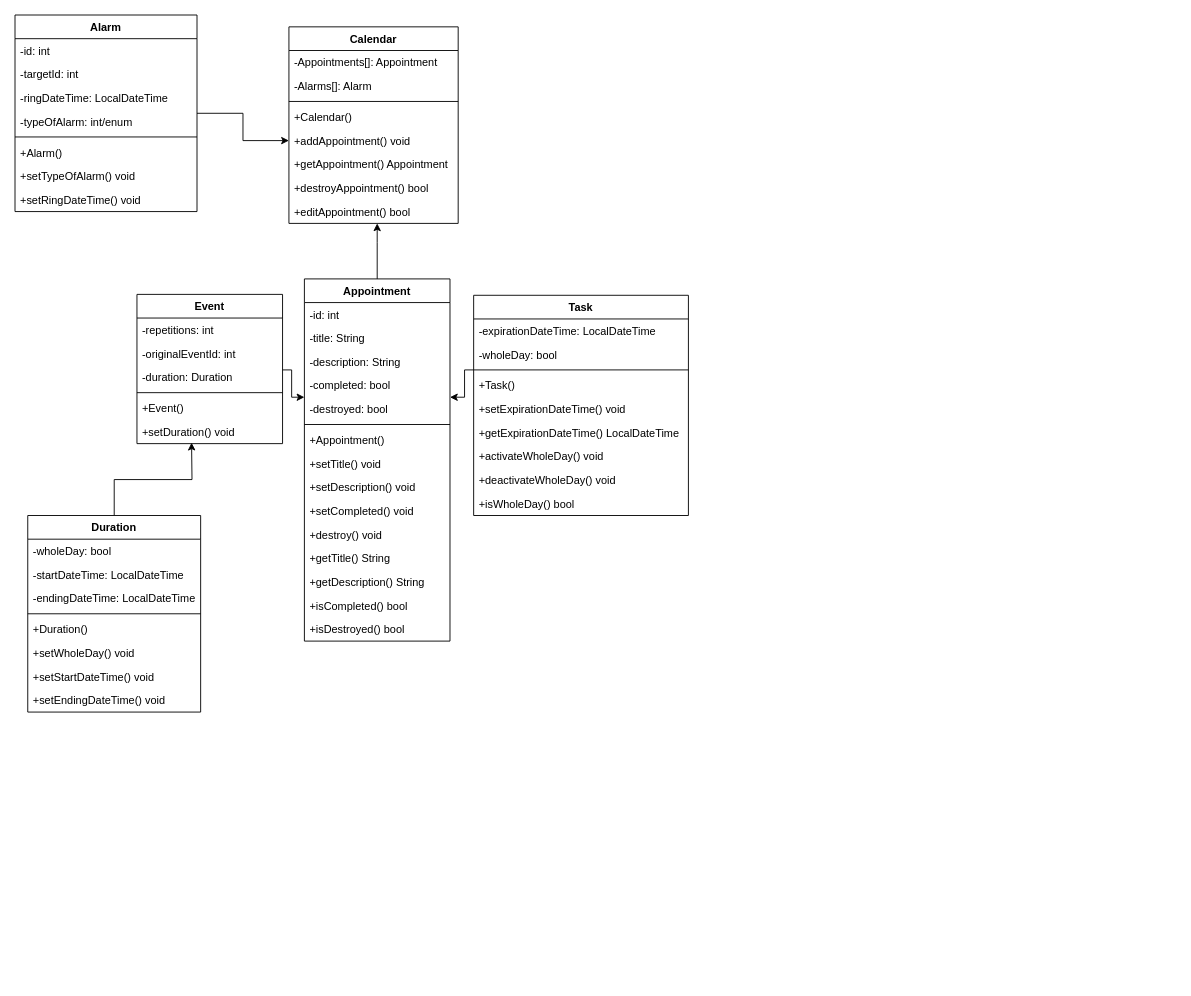
Earlier version of the draw.io diagram doc/UML-Calendar_Class_Diagram.drawio (gmenendez0/Calendar). Source tidied: cells renumbered, new cells numbered last; positions are measured from the earlier drawing's top-left corner, leaving out a move shared by most shapes. Both pictures are drawn from the tidied source at 91%, with x=0, y=0 at pixel (15, 15).
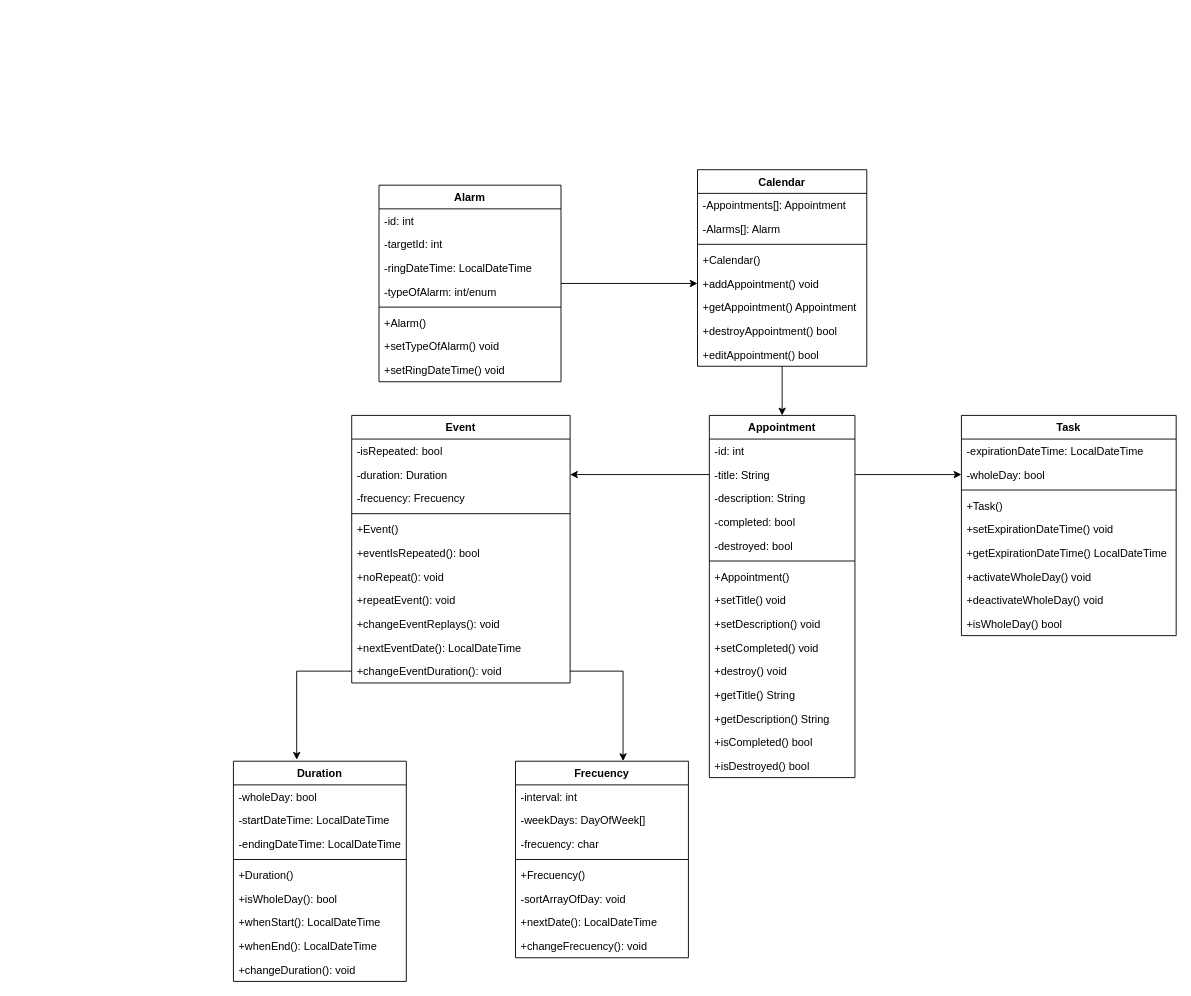
The same diagram, later.

Unchanged cells that the change refers to:
```xml
<mxCell id="7" value="+addAppointment() void" style="text;strokeColor=none;fillColor=none;align=left;verticalAlign=top;spacingLeft=4;spacingRight=4;overflow=hidden;points=[[0,0.5],[1,0.5]];portConstraint=eastwest;" parent="2" vertex="1">
  <mxGeometry y="112" width="186" height="26" as="geometry" />
</mxCell>
<mxCell id="10" value="+editAppointment() bool" style="text;strokeColor=none;fillColor=none;align=left;verticalAlign=top;spacingLeft=4;spacingRight=4;overflow=hidden;points=[[0,0.5],[1,0.5]];portConstraint=eastwest;" parent="2" vertex="1">
  <mxGeometry y="190" width="186" height="26" as="geometry" />
</mxCell>
<mxCell id="22" value="-wholeDay: bool" style="text;strokeColor=none;fillColor=none;align=left;verticalAlign=top;spacingLeft=4;spacingRight=4;overflow=hidden;points=[[0,0.5],[1,0.5]];portConstraint=eastwest;" parent="20" vertex="1">
  <mxGeometry y="52" width="236" height="26" as="geometry" />
</mxCell>
<mxCell id="33" value="-title: String" style="text;strokeColor=none;fillColor=none;align=left;verticalAlign=top;spacingLeft=4;spacingRight=4;overflow=hidden;points=[[0,0.5],[1,0.5]];portConstraint=eastwest;" parent="31" vertex="1">
  <mxGeometry y="52" width="160" height="26" as="geometry" />
</mxCell>
<mxCell id="35" value="-completed: bool" style="text;strokeColor=none;fillColor=none;align=left;verticalAlign=top;spacingLeft=4;spacingRight=4;overflow=hidden;points=[[0,0.5],[1,0.5]];portConstraint=eastwest;" parent="31" vertex="1">
  <mxGeometry y="104" width="160" height="26" as="geometry" />
</mxCell>
<mxCell id="36" value="-destroyed: bool" style="text;strokeColor=none;fillColor=none;align=left;verticalAlign=top;spacingLeft=4;spacingRight=4;overflow=hidden;points=[[0,0.5],[1,0.5]];portConstraint=eastwest;" parent="31" vertex="1">
  <mxGeometry y="130" width="160" height="26" as="geometry" />
</mxCell>
```

Diff of the diagram source:
```diff
@@
-    <mxCell id="0" />
-    <mxCell id="1" parent="0" />
+    <mxCell id="67" />
+    <mxCell id="68" parent="67" />
+    <mxCell id="69" style="edgeStyle=none;rounded=0;jettySize=auto;html=1;exitX=0.5;exitY=1;exitDx=0;exitDy=0;entryX=0.5;entryY=0;entryDx=0;entryDy=0;" parent="68" edge="1" source="2" target="31">
+      <mxGeometry relative="1" as="geometry" />
+    </mxCell>
-    <mxCell id="2" value="Calendar" style="swimlane;fontStyle=1;align=center;verticalAlign=top;horizontal=1;startSize=26;" parent="1" vertex="1">
-      <mxGeometry x="301" y="13" width="186" height="216" as="geometry" />
+    <mxCell id="2" value="Calendar" style="swimlane;fontStyle=1;align=center;verticalAlign=top;horizontal=1;startSize=26;" parent="68" vertex="1">
+      <mxGeometry x="750" y="170" width="186" height="216" as="geometry" />
     </mxCell>
@@
-    <mxCell id="11" style="edgeStyle=orthogonalEdgeStyle;rounded=0;jettySize=auto;html=1;" parent="1" edge="1" source="12" target="35">
-      <mxGeometry relative="1" as="geometry">
-        <Array as="points">
-          <mxPoint x="304" y="390" />
-          <mxPoint x="304" y="420" />
-        </Array>
-      </mxGeometry>
-    </mxCell>
-    <mxCell id="12" value="Event" style="swimlane;fontStyle=1;align=center;verticalAlign=top;horizontal=1;startSize=26;" parent="1" vertex="1">
-      <mxGeometry x="134" y="307" width="160" height="164" as="geometry" />
+    <mxCell id="12" value="Event" style="swimlane;fontStyle=1;align=center;verticalAlign=top;horizontal=1;startSize=26;" parent="68" vertex="1">
+      <mxGeometry x="370" y="440" width="240" height="294" as="geometry" />
     </mxCell>
-    <mxCell id="13" value="-repetitions: int" style="text;strokeColor=none;fillColor=none;align=left;verticalAlign=top;spacingLeft=4;spacingRight=4;overflow=hidden;" parent="12" vertex="1">
-      <mxGeometry y="26" width="160" height="26" as="geometry" />
-    </mxCell>
-    <mxCell id="14" value="-originalEventId: int" style="text;strokeColor=none;fillColor=none;align=left;verticalAlign=top;spacingLeft=4;spacingRight=4;overflow=hidden;" parent="12" vertex="1">
-      <mxGeometry y="52" width="160" height="26" as="geometry" />
-    </mxCell>
+    <mxCell id="70" value="-isRepeated: bool" style="text;strokeColor=none;fillColor=none;align=left;verticalAlign=top;spacingLeft=4;spacingRight=4;overflow=hidden;" parent="12" vertex="1">
+      <mxGeometry y="26" width="240" height="26" as="geometry" />
+    </mxCell>
     <mxCell id="15" value="-duration: Duration" style="text;strokeColor=none;fillColor=none;align=left;verticalAlign=top;spacingLeft=4;spacingRight=4;overflow=hidden;points=[[0,0.5],[1,0.5]];portConstraint=eastwest;" parent="12" vertex="1">
-      <mxGeometry y="78" width="160" height="26" as="geometry" />
+      <mxGeometry y="52" width="240" height="26" as="geometry" />
     </mxCell>
-    <mxCell id="16" style="line;strokeWidth=1;fillColor=none;align=left;verticalAlign=middle;spacingTop=-1;spacingLeft=3;spacingRight=3;labelPosition=right;strokeColor=inherit;" parent="12" vertex="1">
-      <mxGeometry y="104" width="160" height="8" as="geometry" />
-    </mxCell>
+    <mxCell id="71" value="-frecuency: Frecuency" style="text;strokeColor=none;fillColor=none;align=left;verticalAlign=top;spacingLeft=4;spacingRight=4;overflow=hidden;" parent="12" vertex="1">
+      <mxGeometry y="78" width="240" height="26" as="geometry" />
+    </mxCell>
+    <mxCell id="72" style="line;strokeWidth=1;fillColor=none;align=left;verticalAlign=middle;spacingTop=-1;spacingLeft=3;spacingRight=3;labelPosition=right;strokeColor=inherit;" parent="12" vertex="1">
+      <mxGeometry y="104" width="240" height="8" as="geometry" />
+    </mxCell>
     <mxCell id="17" value="+Event()" style="text;strokeColor=none;fillColor=none;align=left;verticalAlign=top;spacingLeft=4;spacingRight=4;overflow=hidden;" parent="12" vertex="1">
-      <mxGeometry y="112" width="160" height="26" as="geometry" />
+      <mxGeometry y="112" width="240" height="26" as="geometry" />
     </mxCell>
-    <mxCell id="18" value="+setDuration() void" style="text;strokeColor=none;fillColor=none;align=left;verticalAlign=top;spacingLeft=4;spacingRight=4;overflow=hidden;" parent="12" vertex="1">
-      <mxGeometry y="138" width="160" height="26" as="geometry" />
-    </mxCell>
-    <mxCell id="19" style="edgeStyle=orthogonalEdgeStyle;rounded=0;jettySize=auto;html=1;" parent="1" edge="1" source="20" target="36">
-      <mxGeometry relative="1" as="geometry">
-        <Array as="points">
-          <mxPoint x="494" y="390" />
-          <mxPoint x="494" y="420" />
-        </Array>
-      </mxGeometry>
-    </mxCell>
+    <mxCell id="73" value="+eventIsRepeated(): bool" style="text;strokeColor=none;fillColor=none;align=left;verticalAlign=top;spacingLeft=4;spacingRight=4;overflow=hidden;" parent="12" vertex="1">
+      <mxGeometry y="138" width="240" height="26" as="geometry" />
+    </mxCell>
+    <mxCell id="74" value="+noRepeat(): void" style="text;strokeColor=none;fillColor=none;align=left;verticalAlign=top;spacingLeft=4;spacingRight=4;overflow=hidden;" parent="12" vertex="1">
+      <mxGeometry y="164" width="240" height="26" as="geometry" />
+    </mxCell>
+    <mxCell id="75" value="+repeatEvent(): void" style="text;strokeColor=none;fillColor=none;align=left;verticalAlign=top;spacingLeft=4;spacingRight=4;overflow=hidden;" parent="12" vertex="1">
+      <mxGeometry y="190" width="240" height="26" as="geometry" />
+    </mxCell>
+    <mxCell id="76" value="+changeEventReplays(): void" style="text;strokeColor=none;fillColor=none;align=left;verticalAlign=top;spacingLeft=4;spacingRight=4;overflow=hidden;" parent="12" vertex="1">
+      <mxGeometry y="216" width="240" height="26" as="geometry" />
+    </mxCell>
+    <mxCell id="77" value="+nextEventDate(): LocalDateTime" style="text;strokeColor=none;fillColor=none;align=left;verticalAlign=top;spacingLeft=4;spacingRight=4;overflow=hidden;" parent="12" vertex="1">
+      <mxGeometry y="242" width="240" height="26" as="geometry" />
+    </mxCell>
+    <mxCell id="78" value="+changeEventDuration(): void" style="text;strokeColor=none;fillColor=none;align=left;verticalAlign=top;spacingLeft=4;spacingRight=4;overflow=hidden;points=[[0,0.5],[1,0.5]];portConstraint=eastwest;" parent="12" vertex="1">
+      <mxGeometry y="268" width="240" height="26" as="geometry" />
+    </mxCell>
-    <mxCell id="20" value="Task" style="swimlane;fontStyle=1;align=center;verticalAlign=top;horizontal=1;startSize=26;" parent="1" vertex="1">
-      <mxGeometry x="504" y="308" width="236" height="242" as="geometry" />
+    <mxCell id="20" value="Task" style="swimlane;fontStyle=1;align=center;verticalAlign=top;horizontal=1;startSize=26;" parent="68" vertex="1">
+      <mxGeometry x="1040" y="440" width="236" height="242" as="geometry" />
     </mxCell>
@@
-    <mxCell id="30" style="edgeStyle=orthogonalEdgeStyle;rounded=0;jettySize=auto;html=1;" parent="1" edge="1" source="31" target="10">
-      <mxGeometry relative="1" as="geometry">
-        <Array as="points">
-          <mxPoint x="398" y="250" />
-          <mxPoint x="398" y="250" />
-        </Array>
-      </mxGeometry>
-    </mxCell>
-    <mxCell id="31" value="Appointment" style="swimlane;fontStyle=1;align=center;verticalAlign=top;horizontal=1;startSize=26;" parent="1" vertex="1">
-      <mxGeometry x="318" y="290" width="160" height="398" as="geometry" />
+    <mxCell id="31" value="Appointment" style="swimlane;fontStyle=1;align=center;verticalAlign=top;horizontal=1;startSize=26;" parent="68" vertex="1">
+      <mxGeometry x="763" y="440" width="160" height="398" as="geometry" />
     </mxCell>
@@
-    <mxCell id="47" style="edgeStyle=orthogonalEdgeStyle;rounded=0;jettySize=auto;html=1;" parent="1" edge="1" source="48">
-      <mxGeometry relative="1" as="geometry">
-        <mxPoint x="194" y="470" as="targetPoint" />
-      </mxGeometry>
-    </mxCell>
-    <mxCell id="48" value="Duration" style="swimlane;fontStyle=1;align=center;verticalAlign=top;horizontal=1;startSize=26;" parent="1" vertex="1">
-      <mxGeometry x="14" y="550" width="190" height="216" as="geometry" />
+    <mxCell id="48" value="Duration" style="swimlane;fontStyle=1;align=center;verticalAlign=top;horizontal=1;startSize=26;" parent="68" vertex="1">
+      <mxGeometry x="240" y="820" width="190" height="242" as="geometry" />
     </mxCell>
@@
-    <mxCell id="52" style="line;strokeWidth=1;fillColor=none;align=left;verticalAlign=middle;spacingTop=-1;spacingLeft=3;spacingRight=3;labelPosition=right;strokeColor=inherit;" parent="48" vertex="1">
-      <mxGeometry y="104" width="190" height="8" as="geometry" />
-    </mxCell>
+    <mxCell id="79" style="line;strokeWidth=1;fillColor=none;align=left;verticalAlign=middle;spacingTop=-1;spacingLeft=3;spacingRight=3;labelPosition=right;strokeColor=inherit;" parent="48" vertex="1">
+      <mxGeometry y="104" width="190" height="8" as="geometry" />
+    </mxCell>
@@
-    <mxCell id="54" value="+setWholeDay() void" style="text;strokeColor=none;fillColor=none;align=left;verticalAlign=top;spacingLeft=4;spacingRight=4;overflow=hidden;" parent="48" vertex="1">
-      <mxGeometry y="138" width="190" height="26" as="geometry" />
-    </mxCell>
-    <mxCell id="55" value="+setStartDateTime() void" style="text;strokeColor=none;fillColor=none;align=left;verticalAlign=top;spacingLeft=4;spacingRight=4;overflow=hidden;" parent="48" vertex="1">
-      <mxGeometry y="164" width="190" height="26" as="geometry" />
-    </mxCell>
-    <mxCell id="56" value="+setEndingDateTime() void" style="text;strokeColor=none;fillColor=none;align=left;verticalAlign=top;spacingLeft=4;spacingRight=4;overflow=hidden;" parent="48" vertex="1">
-      <mxGeometry y="190" width="190" height="26" as="geometry" />
-    </mxCell>
+    <mxCell id="80" value="+isWholeDay(): bool" style="text;strokeColor=none;fillColor=none;align=left;verticalAlign=top;spacingLeft=4;spacingRight=4;overflow=hidden;" parent="48" vertex="1">
+      <mxGeometry y="138" width="190" height="26" as="geometry" />
+    </mxCell>
+    <mxCell id="81" value="+whenStart(): LocalDateTime" style="text;strokeColor=none;fillColor=none;align=left;verticalAlign=top;spacingLeft=4;spacingRight=4;overflow=hidden;" parent="48" vertex="1">
+      <mxGeometry y="164" width="190" height="26" as="geometry" />
+    </mxCell>
+    <mxCell id="82" value="+whenEnd(): LocalDateTime" style="text;strokeColor=none;fillColor=none;align=left;verticalAlign=top;spacingLeft=4;spacingRight=4;overflow=hidden;" parent="48" vertex="1">
+      <mxGeometry y="190" width="190" height="26" as="geometry" />
+    </mxCell>
+    <mxCell id="83" value="+changeDuration(): void" style="text;strokeColor=none;fillColor=none;align=left;verticalAlign=top;spacingLeft=4;spacingRight=4;overflow=hidden;" parent="48" vertex="1">
+      <mxGeometry y="216" width="190" height="26" as="geometry" />
+    </mxCell>
-    <mxCell id="57" style="edgeStyle=orthogonalEdgeStyle;rounded=0;jettySize=auto;html=1;" parent="1" edge="1" source="58" target="7">
+    <mxCell id="57" style="edgeStyle=orthogonalEdgeStyle;rounded=0;jettySize=auto;html=1;" parent="68" edge="1" source="58" target="7">
       <mxGeometry relative="1" as="geometry" />
     </mxCell>
-    <mxCell id="58" value="Alarm" style="swimlane;fontStyle=1;align=center;verticalAlign=top;horizontal=1;startSize=26;" parent="1" vertex="1">
-      <mxGeometry width="200" height="216" as="geometry" />
+    <mxCell id="58" value="Alarm" style="swimlane;fontStyle=1;align=center;verticalAlign=top;horizontal=1;startSize=26;" parent="68" vertex="1">
+      <mxGeometry x="400" y="187" width="200" height="216" as="geometry" />
     </mxCell>
@@
+    <mxCell id="84" style="edgeStyle=orthogonalEdgeStyle;rounded=0;jettySize=auto;html=1;exitX=0;exitY=0.5;exitDx=0;exitDy=0;entryX=1;entryY=0.5;entryDx=0;entryDy=0;" parent="68" edge="1" source="33" target="15">
+      <mxGeometry relative="1" as="geometry" />
+    </mxCell>
+    <mxCell id="85" style="edgeStyle=orthogonalEdgeStyle;rounded=0;jettySize=auto;html=1;exitX=1;exitY=0.5;exitDx=0;exitDy=0;entryX=0;entryY=0.5;entryDx=0;entryDy=0;" parent="68" edge="1" source="33" target="22">
+      <mxGeometry relative="1" as="geometry" />
+    </mxCell>
+    <mxCell id="86" value="Frecuency" style="swimlane;fontStyle=1;align=center;verticalAlign=top;horizontal=1;startSize=26;" parent="68" vertex="1">
+      <mxGeometry x="550" y="820" width="190" height="216" as="geometry" />
+    </mxCell>
+    <mxCell id="87" value="-interval: int" style="text;strokeColor=none;fillColor=none;align=left;verticalAlign=top;spacingLeft=4;spacingRight=4;overflow=hidden;" parent="86" vertex="1">
+      <mxGeometry y="26" width="190" height="26" as="geometry" />
+    </mxCell>
+    <mxCell id="88" value="-weekDays: DayOfWeek[]" style="text;strokeColor=none;fillColor=none;align=left;verticalAlign=top;spacingLeft=4;spacingRight=4;overflow=hidden;" parent="86" vertex="1">
+      <mxGeometry y="52" width="190" height="26" as="geometry" />
+    </mxCell>
+    <mxCell id="89" value="-frecuency: char" style="text;strokeColor=none;fillColor=none;align=left;verticalAlign=top;spacingLeft=4;spacingRight=4;overflow=hidden;" parent="86" vertex="1">
+      <mxGeometry y="78" width="190" height="26" as="geometry" />
+    </mxCell>
+    <mxCell id="90" style="line;strokeWidth=1;fillColor=none;align=left;verticalAlign=middle;spacingTop=-1;spacingLeft=3;spacingRight=3;labelPosition=right;strokeColor=inherit;" parent="86" vertex="1">
+      <mxGeometry y="104" width="190" height="8" as="geometry" />
+    </mxCell>
+    <mxCell id="91" value="+Frecuency()" style="text;strokeColor=none;fillColor=none;align=left;verticalAlign=top;spacingLeft=4;spacingRight=4;overflow=hidden;" parent="86" vertex="1">
+      <mxGeometry y="112" width="190" height="26" as="geometry" />
+    </mxCell>
+    <mxCell id="92" value="-sortArrayOfDay: void" style="text;strokeColor=none;fillColor=none;align=left;verticalAlign=top;spacingLeft=4;spacingRight=4;overflow=hidden;" parent="86" vertex="1">
+      <mxGeometry y="138" width="190" height="26" as="geometry" />
+    </mxCell>
+    <mxCell id="93" value="+nextDate(): LocalDateTime" style="text;strokeColor=none;fillColor=none;align=left;verticalAlign=top;spacingLeft=4;spacingRight=4;overflow=hidden;" parent="86" vertex="1">
+      <mxGeometry y="164" width="190" height="26" as="geometry" />
+    </mxCell>
+    <mxCell id="94" value="+changeFrecuency(): void" style="text;strokeColor=none;fillColor=none;align=left;verticalAlign=top;spacingLeft=4;spacingRight=4;overflow=hidden;" parent="86" vertex="1">
+      <mxGeometry y="190" width="190" height="26" as="geometry" />
+    </mxCell>
+    <mxCell id="95" style="edgeStyle=orthogonalEdgeStyle;rounded=0;jettySize=auto;html=1;entryX=0.366;entryY=-0.007;entryDx=0;entryDy=0;entryPerimeter=0;" parent="68" edge="1" source="78" target="48">
+      <mxGeometry relative="1" as="geometry" />
+    </mxCell>
+    <mxCell id="96" style="edgeStyle=orthogonalEdgeStyle;rounded=0;jettySize=auto;html=1;exitX=1;exitY=0.5;exitDx=0;exitDy=0;entryX=0.622;entryY=-0.001;entryDx=0;entryDy=0;entryPerimeter=0;" parent="68" edge="1" source="78" target="86">
+      <mxGeometry relative="1" as="geometry">
+        <Array as="points">
+          <mxPoint x="668" y="721" />
+        </Array>
+      </mxGeometry>
+    </mxCell>
```
